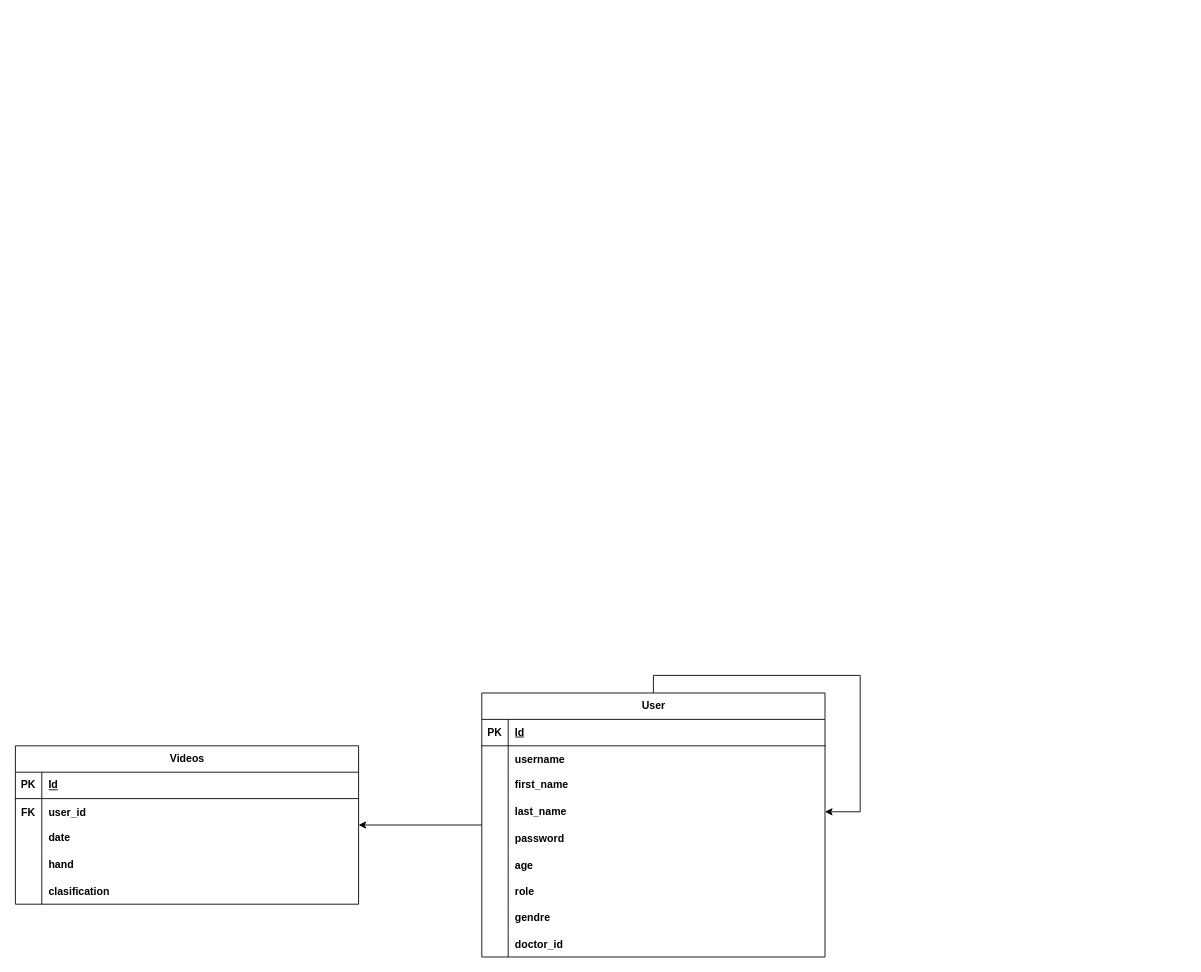
Earlier version of the draw.io diagram doc/schematics/DiagramaRelacional.drawio (JornezMM/PDAIvolution). Source tidied: cells renumbered, new cells numbered last; positions are measured from the earlier drawing's top-left corner, leaving out a move shared by most shapes. Both pictures are drawn from the tidied source at 88%, with x=0, y=0 at pixel (15, 675).
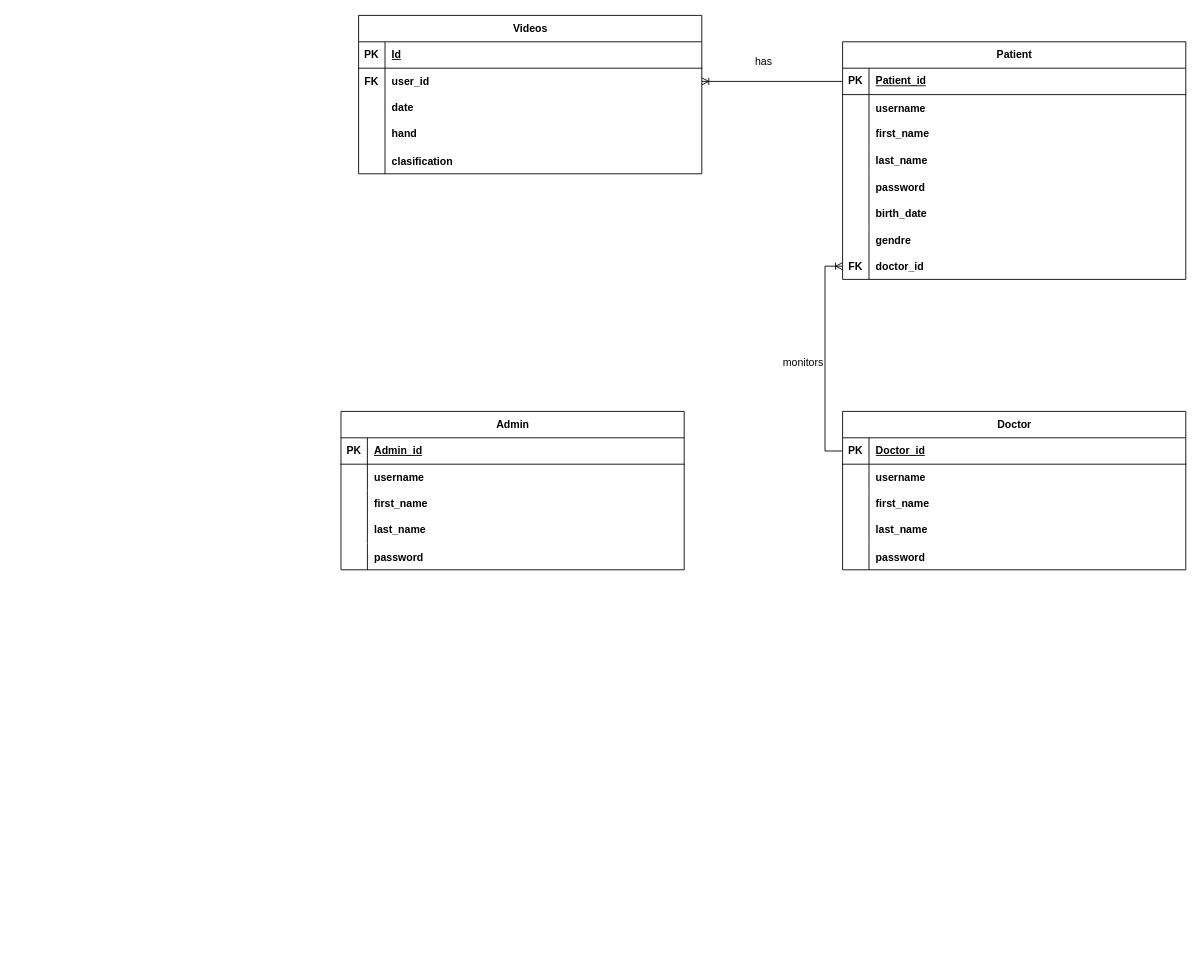
The same page after the edit.

The change refers to these unchanged cells:
```xml
<mxCell id="7" style="shape=tableRow;horizontal=0;startSize=0;swimlaneHead=0;swimlaneBody=0;fillColor=none;points=[[0,0.5],[1,0.5]];portConstraint=eastwest;top=0;left=0;right=0;bottom=0;" parent="3" vertex="1">
  <mxGeometry y="60" width="390" height="30" as="geometry" />
</mxCell>
<mxCell id="20" style="shape=tableRow;horizontal=0;startSize=0;swimlaneHead=0;swimlaneBody=0;fillColor=none;points=[[0,0.5],[1,0.5]];portConstraint=eastwest;top=0;left=0;right=0;bottom=1;" parent="19" vertex="1">
  <mxGeometry y="30" width="390" height="30" as="geometry" />
</mxCell>
<mxCell id="29" style="shape=tableRow;horizontal=0;startSize=0;swimlaneHead=0;swimlaneBody=0;fillColor=none;points=[[0,0.5],[1,0.5]];portConstraint=eastwest;top=0;left=0;right=0;bottom=0;" parent="19" vertex="1">
  <mxGeometry y="120" width="390" height="30" as="geometry" />
</mxCell>
<mxCell id="35" style="shape=tableRow;horizontal=0;startSize=0;swimlaneHead=0;swimlaneBody=0;fillColor=none;top=0;left=0;right=0;bottom=0;" parent="19" vertex="1">
  <mxGeometry y="180" width="390" height="30" as="geometry" />
</mxCell>
```

What changed in the source:
```diff
@@
-    <mxCell id="2" style="edgeStyle=orthogonalEdgeStyle;rounded=0;jettySize=auto;html=1;" parent="1" edge="1" source="19" target="3">
+    <mxCell id="2" style="edgeStyle=orthogonalEdgeStyle;rounded=0;jettySize=auto;html=1;endArrow=ERoneToMany;endFill=0;exitX=0;exitY=0.5;exitDx=0;exitDy=0;startArrow=none;startFill=0;" parent="1" edge="1" source="20" target="7">
       <mxGeometry relative="1" as="geometry" />
     </mxCell>
     <mxCell id="3" value="Videos" style="shape=table;startSize=30;childLayout=tableLayout;rowLines=0;fontStyle=1;align=center;html=1;" parent="1" vertex="1">
-      <mxGeometry y="80" width="390" height="180" as="geometry" />
+      <mxGeometry x="390" y="-750" width="390" height="180" as="geometry" />
     </mxCell>
@@
-    <mxCell id="19" value="User" style="shape=table;startSize=30;childLayout=tableLayout;rowLines=0;fontStyle=1;align=center;html=1;" parent="1" vertex="1">
-      <mxGeometry x="530" y="20" width="390" height="300" as="geometry" />
+    <mxCell id="19" value="Patient" style="shape=table;startSize=30;childLayout=tableLayout;rowLines=0;fontStyle=1;align=center;html=1;" parent="1" vertex="1">
+      <mxGeometry x="940" y="-720" width="390" height="270" as="geometry" />
     </mxCell>
@@
-    <mxCell id="22" value="Id" style="shape=partialRectangle;fillColor=none;top=0;left=0;bottom=0;right=0;align=left;spacingLeft=6;fontStyle=5;overflow=hidden;whiteSpace=wrap;html=1;" parent="20" vertex="1">
+    <mxCell id="22" value="Patient_id" style="shape=partialRectangle;fillColor=none;top=0;left=0;bottom=0;right=0;align=left;spacingLeft=6;fontStyle=5;overflow=hidden;whiteSpace=wrap;html=1;" parent="20" vertex="1">
       <mxGeometry x="30" width="360" height="30" as="geometry" />
     </mxCell>
@@
-    <mxCell id="37" value="age" style="shape=partialRectangle;fillColor=none;top=0;left=0;bottom=0;right=0;align=left;spacingLeft=6;overflow=hidden;fontStyle=1;" parent="35" vertex="1">
+    <mxCell id="37" value="birth_date" style="shape=partialRectangle;fillColor=none;top=0;left=0;bottom=0;right=0;align=left;spacingLeft=6;overflow=hidden;fontStyle=1;" parent="35" vertex="1">
       <mxGeometry x="30" width="360" height="30" as="geometry" />
     </mxCell>
-    <mxCell id="38" style="shape=tableRow;horizontal=0;startSize=0;swimlaneHead=0;swimlaneBody=0;fillColor=none;top=0;left=0;right=0;bottom=0;" parent="19" vertex="1">
-      <mxGeometry y="210" width="390" height="30" as="geometry" />
-    </mxCell>
-    <mxCell id="39" style="shape=partialRectangle;fillColor=none;top=0;left=0;bottom=0;right=0;overflow=hidden;" parent="38" vertex="1">
-      <mxGeometry width="30" height="30" as="geometry" />
-    </mxCell>
-    <mxCell id="40" value="role" style="shape=partialRectangle;fillColor=none;top=0;left=0;bottom=0;right=0;align=left;spacingLeft=6;overflow=hidden;fontStyle=1;" parent="38" vertex="1">
-      <mxGeometry x="30" width="360" height="30" as="geometry" />
-    </mxCell>
     <mxCell id="41" style="shape=tableRow;horizontal=0;startSize=0;swimlaneHead=0;swimlaneBody=0;fillColor=none;top=0;left=0;right=0;bottom=0;" parent="19" vertex="1">
-      <mxGeometry y="240" width="390" height="30" as="geometry" />
+      <mxGeometry y="210" width="390" height="30" as="geometry" />
     </mxCell>
@@
-    <mxCell id="44" style="edgeStyle=orthogonalEdgeStyle;rounded=0;jettySize=auto;html=1;entryX=1;entryY=0.5;entryDx=0;entryDy=0;" parent="19" edge="1" source="19" target="29">
-      <mxGeometry relative="1" as="geometry">
-        <Array as="points">
-          <mxPoint x="195" y="-20" />
-          <mxPoint x="430" y="-20" />
-          <mxPoint x="430" y="135" />
-        </Array>
-      </mxGeometry>
-    </mxCell>
     <mxCell id="45" style="shape=tableRow;horizontal=0;startSize=0;swimlaneHead=0;swimlaneBody=0;fillColor=none;points=[[0,0.5],[1,0.5]];portConstraint=eastwest;top=0;left=0;right=0;bottom=0;" parent="19" vertex="1">
-      <mxGeometry y="270" width="390" height="30" as="geometry" />
+      <mxGeometry y="240" width="390" height="30" as="geometry" />
     </mxCell>
-    <mxCell id="46" style="shape=partialRectangle;fillColor=none;top=0;left=0;bottom=0;right=0;overflow=hidden;" parent="45" vertex="1">
+    <mxCell id="46" value="FK" style="shape=partialRectangle;fillColor=none;top=0;left=0;bottom=0;right=0;overflow=hidden;fontStyle=1;" parent="45" vertex="1">
       <mxGeometry width="30" height="30" as="geometry" />
     </mxCell>
@@
+    <mxCell id="48" style="edgeStyle=orthogonalEdgeStyle;rounded=0;jettySize=auto;html=1;exitX=0;exitY=0.5;exitDx=0;exitDy=0;entryX=0;entryY=0.5;entryDx=0;entryDy=0;startArrow=none;startFill=0;endArrow=ERoneToMany;endFill=0;" parent="1" edge="1" source="50" target="45">
+      <mxGeometry relative="1" as="geometry" />
+    </mxCell>
+    <mxCell id="49" value="Doctor" style="shape=table;startSize=30;childLayout=tableLayout;rowLines=0;fontStyle=1;align=center;html=1;" parent="1" vertex="1">
+      <mxGeometry x="940" y="-300" width="390" height="180" as="geometry" />
+    </mxCell>
+    <mxCell id="50" style="shape=tableRow;horizontal=0;startSize=0;swimlaneHead=0;swimlaneBody=0;fillColor=none;points=[[0,0.5],[1,0.5]];portConstraint=eastwest;top=0;left=0;right=0;bottom=1;" parent="49" vertex="1">
+      <mxGeometry y="30" width="390" height="30" as="geometry" />
+    </mxCell>
+    <mxCell id="51" value="PK" style="shape=partialRectangle;fillColor=none;top=0;left=0;bottom=0;right=0;fontStyle=1;overflow=hidden;whiteSpace=wrap;html=1;" parent="50" vertex="1">
+      <mxGeometry width="30" height="30" as="geometry" />
+    </mxCell>
+    <mxCell id="52" value="Doctor_id" style="shape=partialRectangle;fillColor=none;top=0;left=0;bottom=0;right=0;align=left;spacingLeft=6;fontStyle=5;overflow=hidden;whiteSpace=wrap;html=1;" parent="50" vertex="1">
+      <mxGeometry x="30" width="360" height="30" as="geometry" />
+    </mxCell>
+    <mxCell id="53" style="shape=tableRow;horizontal=0;startSize=0;swimlaneHead=0;swimlaneBody=0;fillColor=none;top=0;left=0;right=0;bottom=0;" parent="49" vertex="1">
+      <mxGeometry y="60" width="390" height="30" as="geometry" />
+    </mxCell>
+    <mxCell id="54" style="shape=partialRectangle;fillColor=none;top=0;left=0;bottom=0;right=0;overflow=hidden;" parent="53" vertex="1">
+      <mxGeometry width="30" height="30" as="geometry" />
+    </mxCell>
+    <mxCell id="55" value="username" style="shape=partialRectangle;fillColor=none;top=0;left=0;bottom=0;right=0;align=left;spacingLeft=6;overflow=hidden;fontStyle=1;" parent="53" vertex="1">
+      <mxGeometry x="30" width="360" height="30" as="geometry" />
+    </mxCell>
+    <mxCell id="56" style="shape=tableRow;horizontal=0;startSize=0;swimlaneHead=0;swimlaneBody=0;fillColor=none;top=0;left=0;right=0;bottom=0;" parent="49" vertex="1">
+      <mxGeometry y="90" width="390" height="30" as="geometry" />
+    </mxCell>
+    <mxCell id="57" style="shape=partialRectangle;fillColor=none;top=0;left=0;bottom=0;right=0;overflow=hidden;whiteSpace=wrap;html=1;" parent="56" vertex="1">
+      <mxGeometry width="30" height="30" as="geometry" />
+    </mxCell>
+    <mxCell id="58" value="first_name" style="shape=partialRectangle;fillColor=none;top=0;left=0;bottom=0;right=0;align=left;spacingLeft=6;overflow=hidden;whiteSpace=wrap;html=1;fontStyle=1;" parent="56" vertex="1">
+      <mxGeometry x="30" width="360" height="30" as="geometry" />
+    </mxCell>
+    <mxCell id="59" style="shape=tableRow;horizontal=0;startSize=0;swimlaneHead=0;swimlaneBody=0;fillColor=none;top=0;left=0;right=0;bottom=0;" parent="49" vertex="1">
+      <mxGeometry y="120" width="390" height="30" as="geometry" />
+    </mxCell>
+    <mxCell id="60" style="shape=partialRectangle;fillColor=none;top=0;left=0;bottom=0;right=0;overflow=hidden;whiteSpace=wrap;html=1;" parent="59" vertex="1">
+      <mxGeometry width="30" height="30" as="geometry" />
+    </mxCell>
+    <mxCell id="61" value="last_name" style="shape=partialRectangle;fillColor=none;top=0;left=0;bottom=0;right=0;align=left;spacingLeft=6;overflow=hidden;whiteSpace=wrap;html=1;fontStyle=1;" parent="59" vertex="1">
+      <mxGeometry x="30" width="360" height="30" as="geometry" />
+    </mxCell>
+    <mxCell id="62" style="shape=tableRow;horizontal=0;startSize=0;swimlaneHead=0;swimlaneBody=0;fillColor=none;top=0;left=0;right=0;bottom=0;" parent="49" vertex="1">
+      <mxGeometry y="150" width="390" height="30" as="geometry" />
+    </mxCell>
+    <mxCell id="63" style="shape=partialRectangle;fillColor=none;top=0;left=0;bottom=0;right=0;overflow=hidden;" parent="62" vertex="1">
+      <mxGeometry width="30" height="30" as="geometry" />
+    </mxCell>
+    <mxCell id="64" value="password" style="shape=partialRectangle;fillColor=none;top=0;left=0;bottom=0;right=0;align=left;spacingLeft=6;overflow=hidden;fontStyle=1;" parent="62" vertex="1">
+      <mxGeometry x="30" width="360" height="30" as="geometry" />
+    </mxCell>
+    <mxCell id="65" value="Admin" style="shape=table;startSize=30;childLayout=tableLayout;rowLines=0;fontStyle=1;align=center;html=1;" parent="1" vertex="1">
+      <mxGeometry x="370" y="-300" width="390" height="180" as="geometry" />
+    </mxCell>
+    <mxCell id="66" style="shape=tableRow;horizontal=0;startSize=0;swimlaneHead=0;swimlaneBody=0;fillColor=none;top=0;left=0;right=0;bottom=1;" parent="65" vertex="1">
+      <mxGeometry y="30" width="390" height="30" as="geometry" />
+    </mxCell>
+    <mxCell id="67" value="PK" style="shape=partialRectangle;fillColor=none;top=0;left=0;bottom=0;right=0;fontStyle=1;overflow=hidden;whiteSpace=wrap;html=1;" parent="66" vertex="1">
+      <mxGeometry width="30" height="30" as="geometry" />
+    </mxCell>
+    <mxCell id="68" value="Admin_id" style="shape=partialRectangle;fillColor=none;top=0;left=0;bottom=0;right=0;align=left;spacingLeft=6;fontStyle=5;overflow=hidden;whiteSpace=wrap;html=1;" parent="66" vertex="1">
+      <mxGeometry x="30" width="360" height="30" as="geometry" />
+    </mxCell>
+    <mxCell id="69" style="shape=tableRow;horizontal=0;startSize=0;swimlaneHead=0;swimlaneBody=0;fillColor=none;top=0;left=0;right=0;bottom=0;" parent="65" vertex="1">
+      <mxGeometry y="60" width="390" height="30" as="geometry" />
+    </mxCell>
+    <mxCell id="70" style="shape=partialRectangle;fillColor=none;top=0;left=0;bottom=0;right=0;overflow=hidden;" parent="69" vertex="1">
+      <mxGeometry width="30" height="30" as="geometry" />
+    </mxCell>
+    <mxCell id="71" value="username" style="shape=partialRectangle;fillColor=none;top=0;left=0;bottom=0;right=0;align=left;spacingLeft=6;overflow=hidden;fontStyle=1;" parent="69" vertex="1">
+      <mxGeometry x="30" width="360" height="30" as="geometry" />
+    </mxCell>
+    <mxCell id="72" style="shape=tableRow;horizontal=0;startSize=0;swimlaneHead=0;swimlaneBody=0;fillColor=none;top=0;left=0;right=0;bottom=0;" parent="65" vertex="1">
+      <mxGeometry y="90" width="390" height="30" as="geometry" />
+    </mxCell>
+    <mxCell id="73" style="shape=partialRectangle;fillColor=none;top=0;left=0;bottom=0;right=0;overflow=hidden;whiteSpace=wrap;html=1;" parent="72" vertex="1">
+      <mxGeometry width="30" height="30" as="geometry" />
+    </mxCell>
+    <mxCell id="74" value="first_name" style="shape=partialRectangle;fillColor=none;top=0;left=0;bottom=0;right=0;align=left;spacingLeft=6;overflow=hidden;whiteSpace=wrap;html=1;fontStyle=1;" parent="72" vertex="1">
+      <mxGeometry x="30" width="360" height="30" as="geometry" />
+    </mxCell>
+    <mxCell id="75" style="shape=tableRow;horizontal=0;startSize=0;swimlaneHead=0;swimlaneBody=0;fillColor=none;top=0;left=0;right=0;bottom=0;" parent="65" vertex="1">
+      <mxGeometry y="120" width="390" height="30" as="geometry" />
+    </mxCell>
+    <mxCell id="76" style="shape=partialRectangle;fillColor=none;top=0;left=0;bottom=0;right=0;overflow=hidden;whiteSpace=wrap;html=1;" parent="75" vertex="1">
+      <mxGeometry width="30" height="30" as="geometry" />
+    </mxCell>
+    <mxCell id="77" value="last_name" style="shape=partialRectangle;fillColor=none;top=0;left=0;bottom=0;right=0;align=left;spacingLeft=6;overflow=hidden;whiteSpace=wrap;html=1;fontStyle=1;" parent="75" vertex="1">
+      <mxGeometry x="30" width="360" height="30" as="geometry" />
+    </mxCell>
+    <mxCell id="78" style="shape=tableRow;horizontal=0;startSize=0;swimlaneHead=0;swimlaneBody=0;fillColor=none;top=0;left=0;right=0;bottom=0;" parent="65" vertex="1">
+      <mxGeometry y="150" width="390" height="30" as="geometry" />
+    </mxCell>
+    <mxCell id="79" style="shape=partialRectangle;fillColor=none;top=0;left=0;bottom=0;right=0;overflow=hidden;" parent="78" vertex="1">
+      <mxGeometry width="30" height="30" as="geometry" />
+    </mxCell>
+    <mxCell id="80" value="password" style="shape=partialRectangle;fillColor=none;top=0;left=0;bottom=0;right=0;align=left;spacingLeft=6;overflow=hidden;fontStyle=1;" parent="78" vertex="1">
+      <mxGeometry x="30" width="360" height="30" as="geometry" />
+    </mxCell>
+    <mxCell id="81" value="monitors" style="text;html=1;align=center;verticalAlign=middle;strokeColor=none;fillColor=none;" parent="1" vertex="1">
+      <mxGeometry x="860" y="-370" width="70" height="30" as="geometry" />
+    </mxCell>
+    <mxCell id="82" value="has" style="text;html=1;align=center;verticalAlign=middle;strokeColor=none;fillColor=none;" parent="1" vertex="1">
+      <mxGeometry x="830" y="-712" width="40" height="30" as="geometry" />
+    </mxCell>
```
